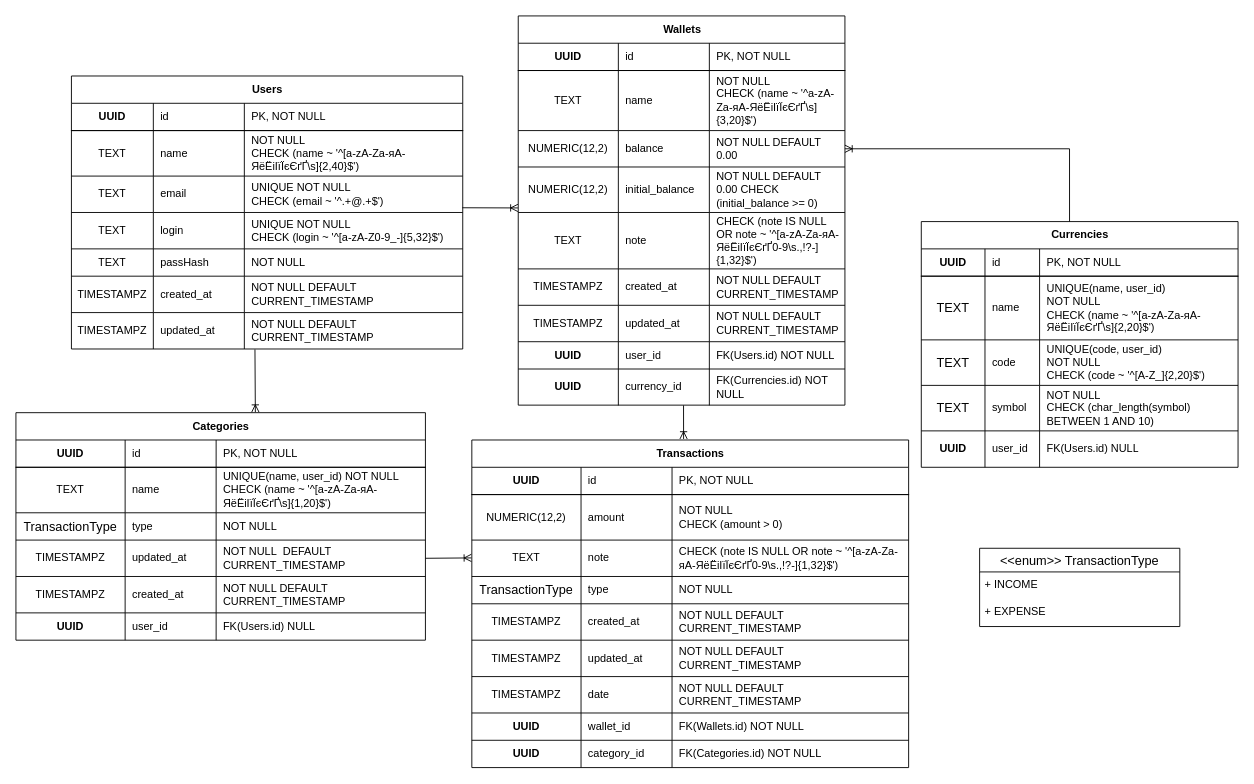
sopkodioni/financecheck keeps this draw.io diagram as docs/ER diagram DB.drawio. Above is the earlier version. Source tidied: cells renumbered, new cells numbered last; positions are measured from the earlier drawing's top-left corner, leaving out a move shared by most shapes. Both pictures are drawn from the tidied source at 91%, with x=0, y=0 at pixel (15, 15).
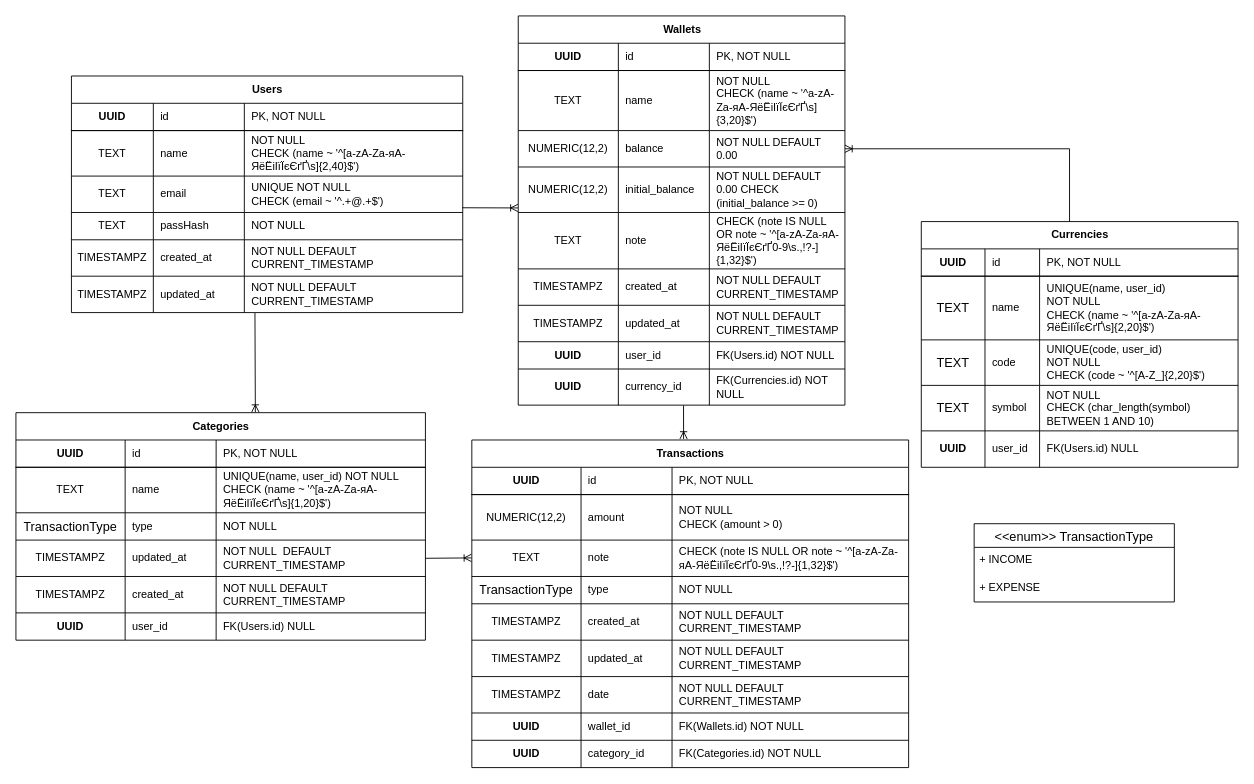
After the change.

Commit message (it also covers changes not shown here):
refactor(db): delete login field from users table

Change to the diagram source:
```diff
@@
     <mxCell id="39" value="Users" style="shape=table;startSize=30;childLayout=tableLayout;rowLines=1;fontStyle=1;align=center;html=1;" parent="1" vertex="1">
-      <mxGeometry x="61" y="66" width="430" height="300" as="geometry" />
+      <mxGeometry x="61" y="66" width="430" height="260" as="geometry" />
     </mxCell>
@@
-    <mxCell id="52" style="shape=tableRow;horizontal=0;startSize=0;swimlaneHead=0;swimlaneBody=0;fillColor=none;top=0;left=0;right=0;bottom=0;" parent="39" vertex="1">
-      <mxGeometry y="150" width="430" height="40" as="geometry" />
-    </mxCell>
-    <mxCell id="53" value="TEXT" style="shape=partialRectangle;fillColor=none;top=0;left=0;bottom=0;right=0;overflow=hidden;whiteSpace=wrap;html=1;" parent="52" vertex="1">
-      <mxGeometry width="90" height="40" as="geometry" />
-    </mxCell>
-    <mxCell id="54" value="login" style="shape=partialRectangle;fillColor=none;top=0;left=0;bottom=0;right=0;align=left;spacingLeft=6;overflow=hidden;whiteSpace=wrap;html=1;" parent="52" vertex="1">
-      <mxGeometry x="90" width="100" height="40" as="geometry" />
-    </mxCell>
-    <mxCell id="55" value="UNIQUE NOT NULL&lt;div&gt;CHECK (login ~ '^[a-zA-Z0-9_-]{5,32}$')&lt;/div&gt;" style="shape=partialRectangle;fillColor=none;top=0;left=0;bottom=0;right=0;align=left;spacingLeft=6;overflow=hidden;whiteSpace=wrap;html=1;" parent="52" vertex="1">
-      <mxGeometry x="190" width="240" height="40" as="geometry" />
-    </mxCell>
     <mxCell id="56" style="shape=tableRow;horizontal=0;startSize=0;swimlaneHead=0;swimlaneBody=0;fillColor=none;top=0;left=0;right=0;bottom=0;" parent="39" vertex="1">
-      <mxGeometry y="190" width="430" height="30" as="geometry" />
+      <mxGeometry y="150" width="430" height="30" as="geometry" />
     </mxCell>
@@
     <mxCell id="60" style="shape=tableRow;horizontal=0;startSize=0;swimlaneHead=0;swimlaneBody=0;fillColor=none;top=0;left=0;right=0;bottom=0;" parent="39" vertex="1">
-      <mxGeometry y="220" width="430" height="40" as="geometry" />
+      <mxGeometry y="180" width="430" height="40" as="geometry" />
     </mxCell>
@@
     <mxCell id="64" style="shape=tableRow;horizontal=0;startSize=0;swimlaneHead=0;swimlaneBody=0;fillColor=none;points=[[0,0.5],[1,0.5]];portConstraint=eastwest;top=0;left=0;right=0;bottom=0;" parent="39" vertex="1">
-      <mxGeometry y="260" width="430" height="40" as="geometry" />
+      <mxGeometry y="220" width="430" height="40" as="geometry" />
     </mxCell>
@@
     <mxCell id="151" value="&lt;&lt;enum&gt;&gt; TransactionType" style="swimlane;fontStyle=0;horizontal=1;startSize=26;align=center;fontSize=14;" parent="1" vertex="1">
-      <mxGeometry x="1059" y="585" width="220" height="86" as="geometry" />
+      <mxGeometry x="1053" y="558" width="220" height="86" as="geometry" />
     </mxCell>
```
